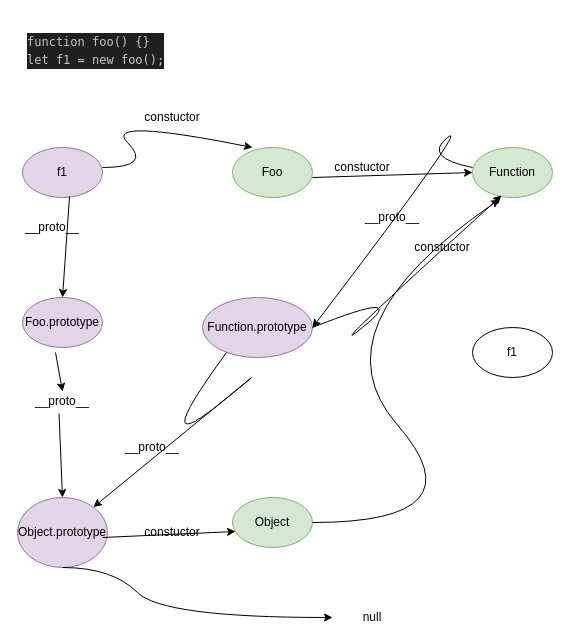
Earlier version of the draw.io diagram proto.drawio (ricarduuu/draw). Source tidied: cells renumbered, new cells numbered last; positions are measured from the earlier drawing's top-left corner, leaving out a move shared by most shapes. Both pictures are drawn from the tidied source at 100%, with x=0, y=0 at pixel (17, 27).
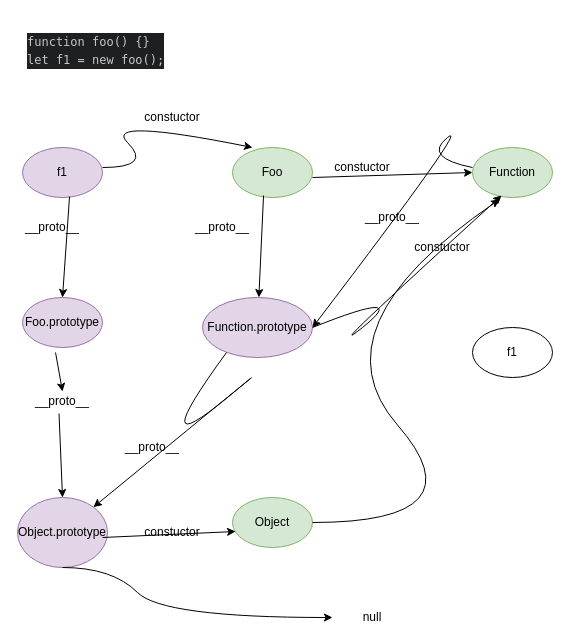
Above is the later version.

The change refers to these unchanged cells:
```xml
<mxCell id="5" value="Foo" style="ellipse;whiteSpace=wrap;html=1;fillColor=#d5e8d4;strokeColor=#82b366;" parent="1" vertex="1">
  <mxGeometry x="215" y="120" width="80" height="50" as="geometry" />
</mxCell>
<mxCell id="7" value="Function.prototype" style="ellipse;whiteSpace=wrap;html=1;fillColor=#e1d5e7;strokeColor=#9673a6;" parent="1" vertex="1">
  <mxGeometry x="185" y="270" width="110" height="60" as="geometry" />
</mxCell>
```

The edit, as a diff of the source:
```diff
@@
+    <mxCell id="31" style="endArrow=classic;html=1;exitX=0.388;exitY=0.96;exitDx=0;exitDy=0;exitPerimeter=0;" parent="1" edge="1" source="5" target="7">
+      <mxGeometry relative="1" as="geometry" />
+    </mxCell>
+    <mxCell id="32" value="__proto__" style="text;html=1;strokeColor=none;fillColor=none;align=center;verticalAlign=middle;whiteSpace=wrap;rounded=0;" parent="1" vertex="1">
+      <mxGeometry x="185" y="190" width="40" height="20" as="geometry" />
+    </mxCell>
```
